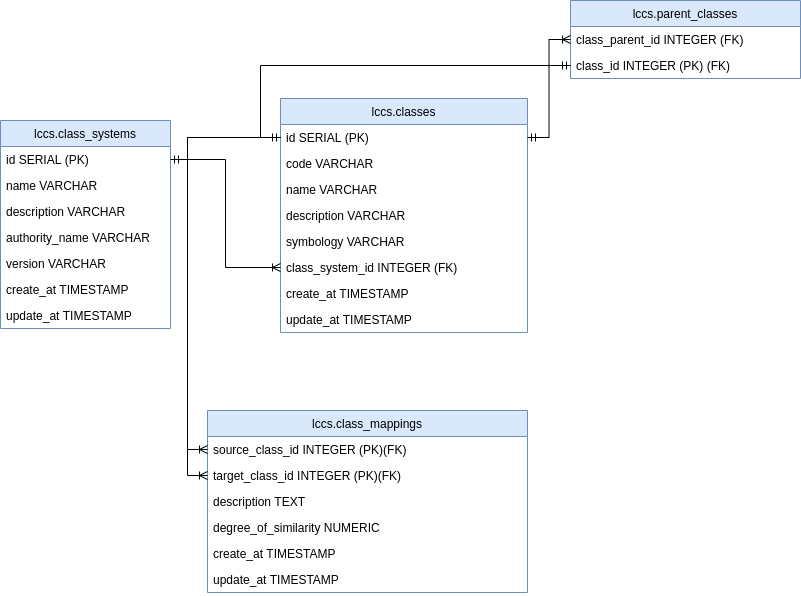
Before: doc/spec/lccs_database.png, a diagram exported from draw.io (brazil-data-cube/lccs-db). Source tidied: cells renumbered, new cells last; positions are measured from the earlier drawing's top-left corner, leaving out a move shared by most shapes.
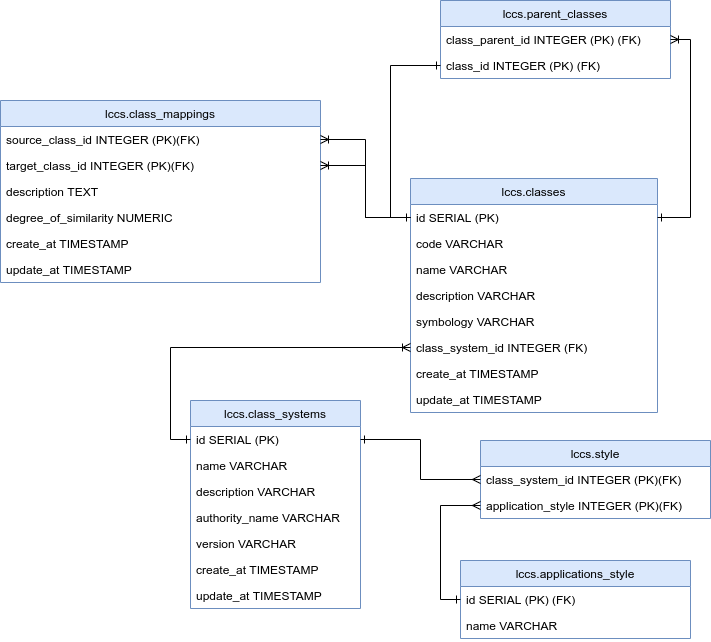
The same diagram one commit later.

Diff of the diagram source:
```diff
@@ -3,7 +3,7 @@
     <mxCell id="0" />
     <mxCell id="1" parent="0" />
     <mxCell id="2" value="lccs.class_systems" style="swimlane;fontStyle=0;horizontal=1;startSize=26;fillColor=#dae8fc;labelBackgroundColor=none;strokeColor=#6c8ebf;" parent="1" vertex="1">
-      <mxGeometry y="120" width="170" height="208" as="geometry" />
+      <mxGeometry x="220" y="440" width="170" height="208" as="geometry" />
     </mxCell>
     <mxCell id="3" value="id SERIAL (PK)" style="text;strokeColor=none;fillColor=none;align=left;verticalAlign=top;spacingLeft=4;spacingRight=4;overflow=hidden;points=[[0,0.5],[1,0.5]];portConstraint=eastwest;" parent="2" vertex="1">
       <mxGeometry y="26" width="170" height="26" as="geometry" />
@@ -27,7 +27,7 @@
       <mxGeometry y="182" width="170" height="26" as="geometry" />
     </mxCell>
     <mxCell id="10" value="lccs.classes" style="swimlane;fontStyle=0;horizontal=1;startSize=26;fillColor=#dae8fc;labelBackgroundColor=none;strokeColor=#6c8ebf;" parent="1" vertex="1">
-      <mxGeometry x="280" y="98" width="247" height="234" as="geometry" />
+      <mxGeometry x="440" y="218" width="247" height="234" as="geometry" />
     </mxCell>
     <mxCell id="11" value="id SERIAL (PK)" style="text;strokeColor=none;fillColor=none;align=left;verticalAlign=top;spacingLeft=4;spacingRight=4;overflow=hidden;points=[[0,0.5],[1,0.5]];portConstraint=eastwest;" parent="10" vertex="1">
       <mxGeometry y="26" width="247" height="26" as="geometry" />
@@ -54,7 +54,7 @@
       <mxGeometry y="208" width="247" height="26" as="geometry" />
     </mxCell>
     <mxCell id="19" value="lccs.class_mappings" style="swimlane;fontStyle=0;horizontal=1;startSize=26;fillColor=#dae8fc;labelBackgroundColor=none;strokeColor=#6c8ebf;" parent="1" vertex="1">
-      <mxGeometry x="207" y="410" width="320" height="182" as="geometry" />
+      <mxGeometry x="30" y="140" width="320" height="182" as="geometry" />
     </mxCell>
     <mxCell id="20" value="source_class_id INTEGER (PK)(FK)" style="text;strokeColor=none;fillColor=none;align=left;verticalAlign=top;spacingLeft=4;spacingRight=4;overflow=hidden;points=[[0,0.5],[1,0.5]];portConstraint=eastwest;" parent="19" vertex="1">
       <mxGeometry y="26" width="320" height="26" as="geometry" />
@@ -74,29 +74,53 @@
     <mxCell id="25" value="update_at TIMESTAMP&#10;" style="text;strokeColor=none;fillColor=none;align=left;verticalAlign=top;spacingLeft=4;spacingRight=4;overflow=hidden;" parent="19" vertex="1">
       <mxGeometry y="156" width="320" height="26" as="geometry" />
     </mxCell>
-    <mxCell id="26" style="edgeStyle=orthogonalEdgeStyle;rounded=0;jettySize=auto;html=1;exitX=1;exitY=0.5;exitDx=0;exitDy=0;entryX=0;entryY=0.5;entryDx=0;entryDy=0;endArrow=ERoneToMany;endFill=0;startArrow=ERmandOne;startFill=0;" parent="1" edge="1" source="3" target="16">
+    <mxCell id="26" style="edgeStyle=orthogonalEdgeStyle;rounded=0;jettySize=auto;html=1;exitX=0;exitY=0.5;exitDx=0;exitDy=0;endArrow=ERoneToMany;endFill=0;startArrow=ERone;startFill=0;" parent="1" edge="1" source="3" target="16">
       <mxGeometry relative="1" as="geometry" />
     </mxCell>
     <mxCell id="27" value="lccs.parent_classes" style="swimlane;fontStyle=0;horizontal=1;startSize=26;fillColor=#dae8fc;labelBackgroundColor=none;strokeColor=#6c8ebf;" parent="1" vertex="1">
-      <mxGeometry x="570" width="230" height="78" as="geometry" />
+      <mxGeometry x="470" y="40" width="230" height="78" as="geometry" />
     </mxCell>
-    <mxCell id="28" value="class_parent_id INTEGER (FK)" style="text;strokeColor=none;fillColor=none;align=left;verticalAlign=top;spacingLeft=4;spacingRight=4;overflow=hidden;points=[[0,0.5],[1,0.5]];portConstraint=eastwest;" parent="27" vertex="1">
+    <mxCell id="28" value="class_parent_id INTEGER (PK) (FK)" style="text;strokeColor=none;fillColor=none;align=left;verticalAlign=top;spacingLeft=4;spacingRight=4;overflow=hidden;points=[[0,0.5],[1,0.5]];portConstraint=eastwest;" parent="27" vertex="1">
       <mxGeometry y="26" width="230" height="26" as="geometry" />
     </mxCell>
     <mxCell id="29" value="class_id INTEGER (PK) (FK)" style="text;strokeColor=none;fillColor=none;align=left;verticalAlign=top;spacingLeft=4;spacingRight=4;overflow=hidden;points=[[0,0.5],[1,0.5]];portConstraint=eastwest;" parent="27" vertex="1">
       <mxGeometry y="52" width="230" height="26" as="geometry" />
     </mxCell>
-    <mxCell id="30" style="edgeStyle=orthogonalEdgeStyle;rounded=0;jettySize=auto;html=1;exitX=0;exitY=0.5;exitDx=0;exitDy=0;entryX=0;entryY=0.5;entryDx=0;entryDy=0;endArrow=ERmandOne;endFill=0;startArrow=ERmandOne;startFill=0;" parent="1" edge="1" source="11" target="29">
+    <mxCell id="30" style="edgeStyle=orthogonalEdgeStyle;rounded=0;jettySize=auto;html=1;exitX=0;exitY=0.5;exitDx=0;exitDy=0;entryX=0;entryY=0.5;entryDx=0;entryDy=0;endArrow=ERone;endFill=0;startArrow=ERone;startFill=0;" parent="1" edge="1" source="11" target="29">
       <mxGeometry relative="1" as="geometry" />
     </mxCell>
-    <mxCell id="31" style="edgeStyle=orthogonalEdgeStyle;rounded=0;jettySize=auto;html=1;exitX=1;exitY=0.5;exitDx=0;exitDy=0;entryX=0;entryY=0.5;entryDx=0;entryDy=0;endArrow=ERoneToMany;endFill=0;startArrow=ERmandOne;startFill=0;" parent="1" edge="1" source="11" target="28">
+    <mxCell id="31" style="edgeStyle=orthogonalEdgeStyle;rounded=0;jettySize=auto;html=1;exitX=1;exitY=0.5;exitDx=0;exitDy=0;entryX=1;entryY=0.5;entryDx=0;entryDy=0;endArrow=ERoneToMany;endFill=0;startArrow=ERone;startFill=0;" parent="1" edge="1" source="11" target="28">
       <mxGeometry relative="1" as="geometry" />
     </mxCell>
-    <mxCell id="32" style="edgeStyle=orthogonalEdgeStyle;rounded=0;jettySize=auto;html=1;exitX=0;exitY=0.5;exitDx=0;exitDy=0;entryX=0;entryY=0.5;entryDx=0;entryDy=0;startArrow=ERoneToMany;startFill=0;endArrow=none;endFill=0;" parent="1" edge="1" source="20" target="11">
+    <mxCell id="32" style="edgeStyle=orthogonalEdgeStyle;rounded=0;jettySize=auto;html=1;exitX=1;exitY=0.5;exitDx=0;exitDy=0;entryX=0;entryY=0.5;entryDx=0;entryDy=0;startArrow=ERoneToMany;startFill=0;endArrow=none;endFill=0;" parent="1" edge="1" source="20" target="11">
       <mxGeometry relative="1" as="geometry" />
     </mxCell>
-    <mxCell id="33" style="edgeStyle=orthogonalEdgeStyle;rounded=0;jettySize=auto;html=1;exitX=0;exitY=0.5;exitDx=0;exitDy=0;entryX=0;entryY=0.5;entryDx=0;entryDy=0;startArrow=ERoneToMany;startFill=0;endArrow=none;endFill=0;" parent="1" edge="1" source="21" target="11">
+    <mxCell id="33" style="edgeStyle=orthogonalEdgeStyle;rounded=0;jettySize=auto;html=1;entryX=0;entryY=0.5;entryDx=0;entryDy=0;startArrow=ERoneToMany;startFill=0;endArrow=none;endFill=0;" parent="1" edge="1" source="21" target="11">
       <mxGeometry relative="1" as="geometry" />
     </mxCell>
+    <mxCell id="34" value="lccs.applications_style" style="swimlane;fontStyle=0;horizontal=1;startSize=26;fillColor=#dae8fc;labelBackgroundColor=none;strokeColor=#6c8ebf;" parent="1" vertex="1">
+      <mxGeometry x="490" y="600" width="230" height="78" as="geometry" />
+    </mxCell>
+    <mxCell id="35" value="id SERIAL (PK) (FK)" style="text;strokeColor=none;fillColor=none;align=left;verticalAlign=top;spacingLeft=4;spacingRight=4;overflow=hidden;points=[[0,0.5],[1,0.5]];portConstraint=eastwest;" parent="34" vertex="1">
+      <mxGeometry y="26" width="230" height="26" as="geometry" />
+    </mxCell>
+    <mxCell id="36" value="name VARCHAR" style="text;strokeColor=none;fillColor=none;align=left;verticalAlign=top;spacingLeft=4;spacingRight=4;overflow=hidden;" parent="34" vertex="1">
+      <mxGeometry y="52" width="230" height="26" as="geometry" />
+    </mxCell>
+    <mxCell id="37" value="lccs.style" style="swimlane;fontStyle=0;horizontal=1;startSize=26;fillColor=#dae8fc;labelBackgroundColor=none;strokeColor=#6c8ebf;" parent="1" vertex="1">
+      <mxGeometry x="510" y="480" width="230" height="78" as="geometry" />
+    </mxCell>
+    <mxCell id="38" value="class_system_id INTEGER (PK)(FK)" style="text;strokeColor=none;fillColor=none;align=left;verticalAlign=top;spacingLeft=4;spacingRight=4;overflow=hidden;points=[[0,0.5],[1,0.5]];portConstraint=eastwest;" parent="37" vertex="1">
+      <mxGeometry y="26" width="230" height="26" as="geometry" />
+    </mxCell>
+    <mxCell id="39" value="application_style INTEGER (PK)(FK)" style="text;strokeColor=none;fillColor=none;align=left;verticalAlign=top;spacingLeft=4;spacingRight=4;overflow=hidden;points=[[0,0.5],[1,0.5]];portConstraint=eastwest;" parent="37" vertex="1">
+      <mxGeometry y="52" width="230" height="26" as="geometry" />
+    </mxCell>
+    <mxCell id="40" style="edgeStyle=orthogonalEdgeStyle;rounded=0;jettySize=auto;html=1;exitX=0;exitY=0.5;exitDx=0;exitDy=0;entryX=0;entryY=0.5;entryDx=0;entryDy=0;startArrow=ERone;startFill=0;endArrow=ERmany;endFill=0;" parent="1" edge="1" source="35" target="39">
+      <mxGeometry relative="1" as="geometry" />
+    </mxCell>
+    <mxCell id="41" style="edgeStyle=orthogonalEdgeStyle;rounded=0;jettySize=auto;html=1;exitX=1;exitY=0.5;exitDx=0;exitDy=0;entryX=0;entryY=0.5;entryDx=0;entryDy=0;startArrow=ERone;startFill=0;endArrow=ERmany;endFill=0;" parent="1" edge="1" source="3" target="38">
+      <mxGeometry relative="1" as="geometry" />
+    </mxCell>
   </root>
 </mxGraphModel>
```
